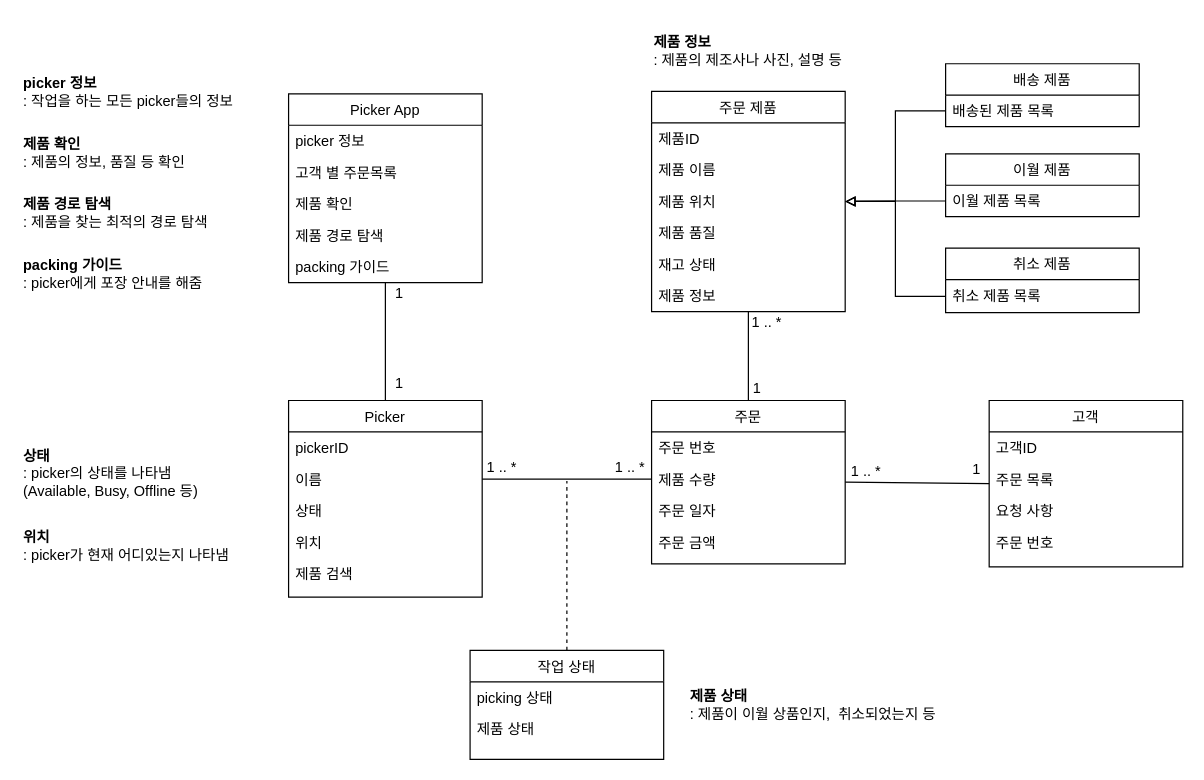
Before: 시분설_6조_class_diagram.drawio in dbsrudrla/diagram, a draw.io diagram. Source tidied: cells renumbered, new cells numbered last; positions are measured from the earlier drawing's top-left corner, leaving out a move shared by most shapes. Both pictures are drawn from the tidied source at 121%, with x=0, y=0 at pixel (21, 21).
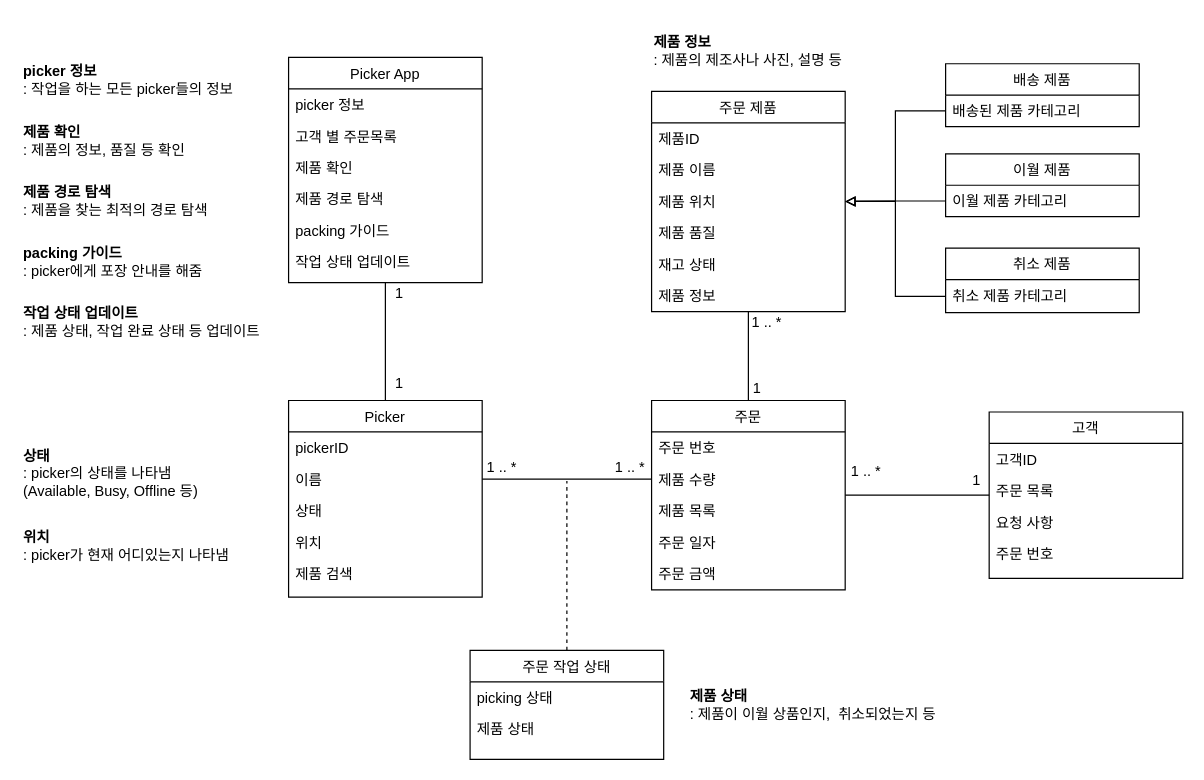
The same diagram, later.

Commit message:
시분설_6조_class_diagram.drawio 업데이트

The change refers to these unchanged cells:
```xml
<mxCell id="49" value="이월 제품" style="swimlane;fontStyle=0;align=center;verticalAlign=top;horizontal=1;startSize=26;rounded=0;shadow=0;strokeWidth=1;" parent="1" vertex="1">
  <mxGeometry x="764" y="109.6" width="160" height="52" as="geometry" />
</mxCell>
<mxCell id="52" value="취소 제품" style="swimlane;fontStyle=0;align=center;verticalAlign=top;horizontal=1;startSize=26;rounded=0;shadow=0;strokeWidth=1;" parent="1" vertex="1">
  <mxGeometry x="764" y="187.6" width="160" height="53.2" as="geometry" />
</mxCell>
<mxCell id="61" value="배송 제품" style="swimlane;fontStyle=0;align=center;verticalAlign=top;horizontal=1;startSize=26;rounded=0;shadow=0;strokeWidth=1;" parent="1" vertex="1">
  <mxGeometry x="764" y="35.2" width="160" height="52" as="geometry" />
</mxCell>
```

Change to the diagram source:
```diff
@@
     <mxCell id="10" value="Picker App" style="swimlane;fontStyle=0;align=center;verticalAlign=top;horizontal=1;startSize=26;rounded=0;shadow=0;strokeWidth=1;" parent="1" vertex="1">
-      <mxGeometry x="221" y="60" width="160" height="156" as="geometry" />
+      <mxGeometry x="221" y="30" width="160" height="186" as="geometry" />
     </mxCell>
@@
+    <mxCell id="64" value="작업 상태 업데이트" style="text;align=left;verticalAlign=top;spacingLeft=4;spacingRight=4;overflow=hidden;rounded=0;shadow=0;html=0;" parent="10" vertex="1">
+      <mxGeometry y="156" width="160" height="26" as="geometry" />
+    </mxCell>
     <mxCell id="16" value="&lt;b&gt;picker 정보&lt;/b&gt;&amp;nbsp;&lt;br&gt;: 작업을 하는 모든 picker들의 정보" style="text;html=1;strokeColor=none;fillColor=none;align=left;verticalAlign=middle;whiteSpace=wrap;rounded=0;" parent="1" vertex="1">
-      <mxGeometry y="34.4" width="201" height="50" as="geometry" />
+      <mxGeometry y="24.2" width="201" height="50" as="geometry" />
     </mxCell>
@@
     <mxCell id="18" value="&lt;b&gt;제품 확인&lt;/b&gt;&amp;nbsp;&lt;br&gt;: 제품의 정보, 품질 등 확인" style="text;html=1;strokeColor=none;fillColor=none;align=left;verticalAlign=middle;whiteSpace=wrap;rounded=0;" parent="1" vertex="1">
-      <mxGeometry y="84.4" width="201" height="50" as="geometry" />
+      <mxGeometry y="74.2" width="201" height="50" as="geometry" />
     </mxCell>
     <mxCell id="19" value="&lt;b&gt;packing 가이드&lt;/b&gt;&amp;nbsp;&lt;br&gt;: picker에게 포장 안내를 해줌" style="text;html=1;strokeColor=none;fillColor=none;align=left;verticalAlign=middle;whiteSpace=wrap;rounded=0;" parent="1" vertex="1">
-      <mxGeometry y="184" width="201" height="50" as="geometry" />
+      <mxGeometry y="173.8" width="201" height="50" as="geometry" />
     </mxCell>
@@
     <mxCell id="21" value="주문" style="swimlane;fontStyle=0;align=center;verticalAlign=top;horizontal=1;startSize=26;rounded=0;shadow=0;strokeWidth=1;" parent="1" vertex="1">
-      <mxGeometry x="521" y="313.5" width="160" height="135" as="geometry" />
+      <mxGeometry x="521" y="313.5" width="160" height="156.5" as="geometry" />
     </mxCell>
@@
+    <mxCell id="65" value="제품 목록" style="text;align=left;verticalAlign=top;spacingLeft=4;spacingRight=4;overflow=hidden;" parent="21" vertex="1">
+      <mxGeometry y="78" width="160" height="26" as="geometry" />
+    </mxCell>
     <mxCell id="24" value="주문 일자" style="text;align=left;verticalAlign=top;spacingLeft=4;spacingRight=4;overflow=hidden;" parent="21" vertex="1">
-      <mxGeometry y="78" width="160" height="26" as="geometry" />
+      <mxGeometry y="104" width="160" height="26" as="geometry" />
     </mxCell>
     <mxCell id="25" value="주문 금액" style="text;align=left;verticalAlign=top;spacingLeft=4;spacingRight=4;overflow=hidden;" parent="21" vertex="1">
-      <mxGeometry y="104" width="160" height="26" as="geometry" />
+      <mxGeometry y="130" width="160" height="26" as="geometry" />
     </mxCell>
     <mxCell id="26" value="고객" style="swimlane;fontStyle=0;align=center;verticalAlign=top;horizontal=1;startSize=26;rounded=0;shadow=0;strokeWidth=1;" parent="1" vertex="1">
-      <mxGeometry x="800" y="313.5" width="160" height="137.5" as="geometry" />
+      <mxGeometry x="800" y="323" width="160" height="137.5" as="geometry" />
     </mxCell>
@@
     <mxCell id="34" value="1&amp;nbsp;" style="text;html=1;align=center;verticalAlign=middle;strokeColor=none;fillColor=none;" parent="1" vertex="1">
-      <mxGeometry x="776" y="355.5" width="30" height="30" as="geometry" />
+      <mxGeometry x="776" y="365" width="30" height="30" as="geometry" />
     </mxCell>
@@
     <mxCell id="47" value="&lt;b&gt;제품 경로 탐색&lt;/b&gt;&lt;br&gt;: 제품을 찾는 최적의 경로 탐색" style="text;html=1;strokeColor=none;fillColor=none;align=left;verticalAlign=middle;whiteSpace=wrap;rounded=0;" parent="1" vertex="1">
-      <mxGeometry y="134" width="201" height="50" as="geometry" />
+      <mxGeometry y="123.8" width="201" height="50" as="geometry" />
     </mxCell>
@@
-    <mxCell id="50" value="이월 제품 목록" style="text;align=left;verticalAlign=top;spacingLeft=4;spacingRight=4;overflow=hidden;points=[[0,0.5],[1,0.5]];portConstraint=eastwest;rounded=0;shadow=0;html=0;" parent="49" vertex="1">
+    <mxCell id="50" value="이월 제품 카테고리" style="text;align=left;verticalAlign=top;spacingLeft=4;spacingRight=4;overflow=hidden;points=[[0,0.5],[1,0.5]];portConstraint=eastwest;rounded=0;shadow=0;html=0;" parent="49" vertex="1">
       <mxGeometry y="26" width="160" height="26" as="geometry" />
     </mxCell>
@@
-    <mxCell id="53" value="취소 제품 목록" style="text;align=left;verticalAlign=top;spacingLeft=4;spacingRight=4;overflow=hidden;rounded=0;shadow=0;html=0;" parent="52" vertex="1">
+    <mxCell id="53" value="취소 제품 카테고리" style="text;align=left;verticalAlign=top;spacingLeft=4;spacingRight=4;overflow=hidden;rounded=0;shadow=0;html=0;" parent="52" vertex="1">
       <mxGeometry y="26" width="160" height="26" as="geometry" />
     </mxCell>
@@
-    <mxCell id="58" value="작업 상태" style="swimlane;fontStyle=0;align=center;verticalAlign=top;horizontal=1;startSize=26;rounded=0;shadow=0;strokeWidth=1;" parent="1" vertex="1">
+    <mxCell id="58" value="주문 작업 상태" style="swimlane;fontStyle=0;align=center;verticalAlign=top;horizontal=1;startSize=26;rounded=0;shadow=0;strokeWidth=1;" parent="1" vertex="1">
       <mxGeometry x="371" y="520" width="160" height="90" as="geometry" />
     </mxCell>
@@
-    <mxCell id="62" value="배송된 제품 목록" style="text;align=left;verticalAlign=top;spacingLeft=4;spacingRight=4;overflow=hidden;points=[[0,0.5],[1,0.5]];portConstraint=eastwest;rounded=0;shadow=0;html=0;" parent="61" vertex="1">
+    <mxCell id="62" value="배송된 제품 카테고리" style="text;align=left;verticalAlign=top;spacingLeft=4;spacingRight=4;overflow=hidden;points=[[0,0.5],[1,0.5]];portConstraint=eastwest;rounded=0;shadow=0;html=0;" parent="61" vertex="1">
       <mxGeometry y="26" width="160" height="26" as="geometry" />
     </mxCell>
@@
+    <mxCell id="66" value="&lt;b&gt;작업 상태 업데이트&lt;/b&gt;&amp;nbsp;&lt;br&gt;: 제품 상태, 작업 완료 상태 등 업데이트" style="text;html=1;strokeColor=none;fillColor=none;align=left;verticalAlign=middle;whiteSpace=wrap;rounded=0;" parent="1" vertex="1">
+      <mxGeometry y="223.8" width="221" height="50" as="geometry" />
+    </mxCell>
```
